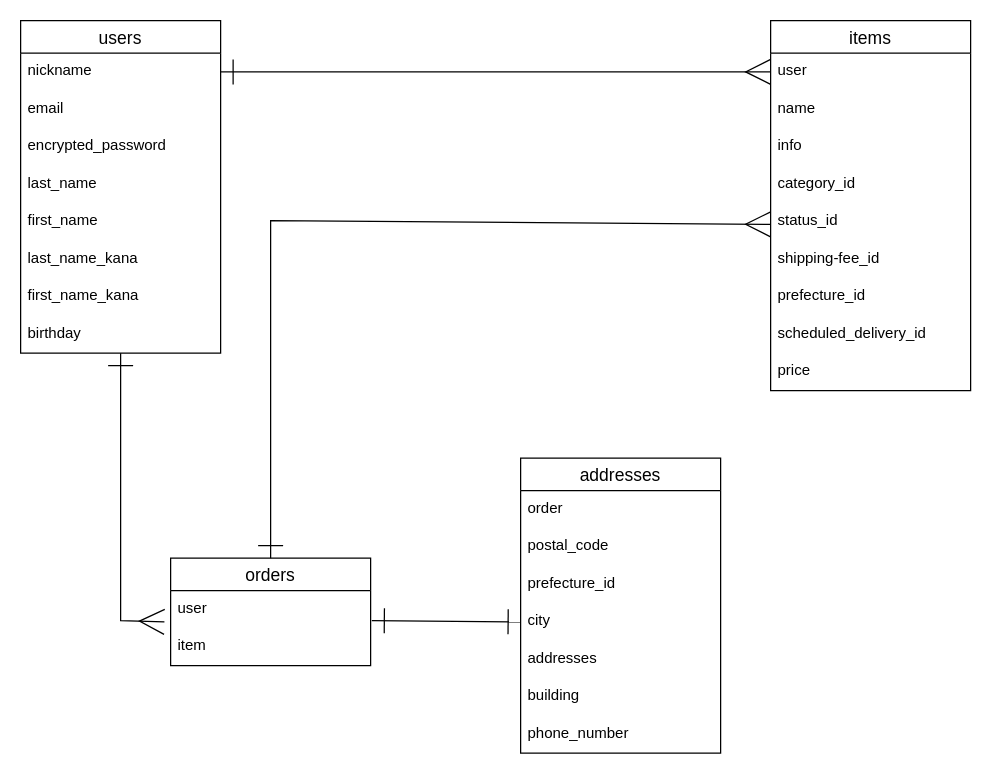
Before: furima-39824_ER.dio in DaiC-S/furima-39824, a draw.io diagram. Source tidied: cells renumbered, new cells numbered last; positions are measured from the earlier drawing's top-left corner, leaving out a move shared by most shapes. Both pictures are drawn from the tidied source at 125%, with x=0, y=0 at pixel (20, 20).
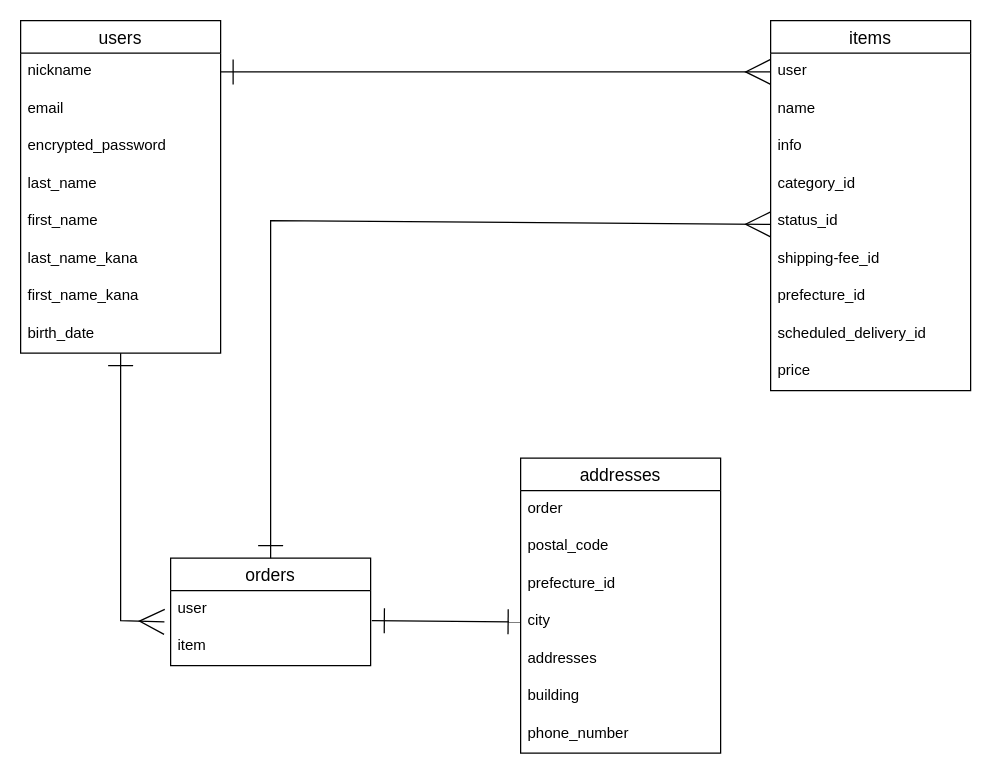
After the change.

The change refers to these unchanged cells:
```xml
<mxCell id="2" value="users" style="swimlane;fontStyle=0;horizontal=1;startSize=26;align=center;fontSize=14;" parent="1" vertex="1">
  <mxGeometry width="160" height="266" as="geometry" />
</mxCell>
```

Diff of the diagram source:
```diff
@@
-    <mxCell id="10" value="birthday" style="text;strokeColor=none;fillColor=none;spacingLeft=4;spacingRight=4;overflow=hidden;points=[[0,0.5],[1,0.5]];portConstraint=eastwest;fontSize=12;" parent="2" vertex="1">
+    <mxCell id="10" value="birth_date" style="text;strokeColor=none;fillColor=none;spacingLeft=4;spacingRight=4;overflow=hidden;points=[[0,0.5],[1,0.5]];portConstraint=eastwest;fontSize=12;" parent="2" vertex="1">
       <mxGeometry y="236" width="160" height="30" as="geometry" />
     </mxCell>
```
